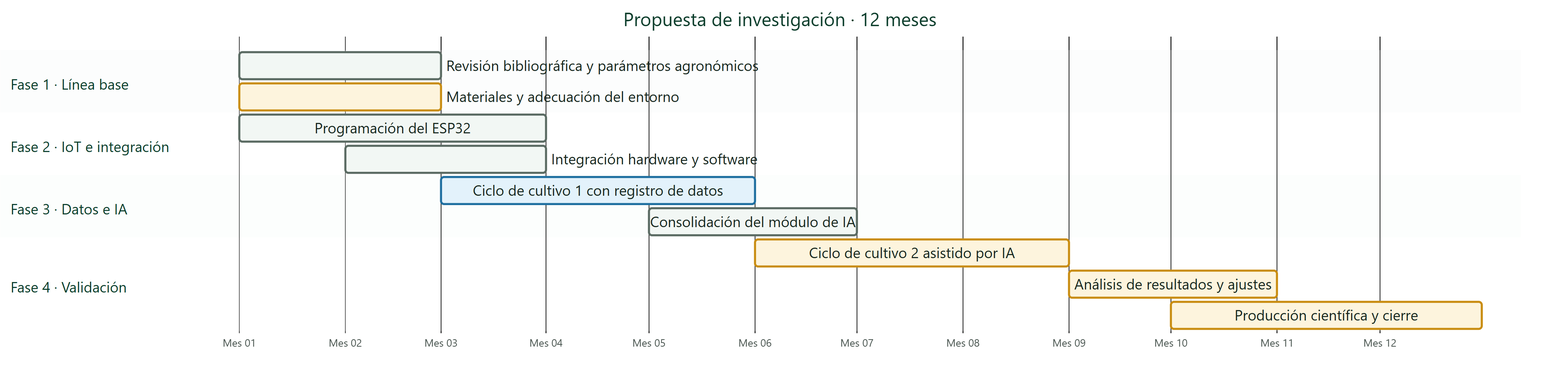
Before: docs/diagrams/SmartPot_45_Research_Schedule.png, a diagram exported from Mermaid (SmartPotTech/.github). Its source is kept beside it as docs/diagrams/SmartPot_45_Research_Schedule.mmd. Source of this version:
```mermaid
%%{init: {"theme": "base", "fontFamily": "Segoe UI, Arial, sans-serif", "themeVariables": {"fontFamily": "Segoe UI, Arial, sans-serif", "fontSize": "15px", "primaryColor": "#DDF5EA", "primaryTextColor": "#17261F", "primaryBorderColor": "#067A52", "secondaryColor": "#E3F2FB", "secondaryTextColor": "#17261F", "secondaryBorderColor": "#1F6FA0", "tertiaryColor": "#F2F7F4", "tertiaryTextColor": "#17261F", "tertiaryBorderColor": "#D5E3DC", "lineColor": "#5B6B63", "textColor": "#17261F", "mainBkg": "#DDF5EA", "nodeBorder": "#067A52", "clusterBkg": "#F7FAF8", "clusterBorder": "#D5E3DC", "edgeLabelBackground": "#FFFFFF", "actorBkg": "#067A52", "actorBorder": "#0B3D2B", "actorTextColor": "#FFFFFF", "actorLineColor": "#5B6B63", "signalColor": "#17261F", "signalTextColor": "#17261F", "labelBoxBkgColor": "#0B3D2B", "labelBoxBorderColor": "#0B3D2B", "labelTextColor": "#FFFFFF", "loopTextColor": "#0B3D2B", "noteBkgColor": "#FDF4DD", "noteBorderColor": "#C98D12", "noteTextColor": "#17261F", "activationBkgColor": "#DDF5EA", "activationBorderColor": "#067A52", "attributeBackgroundColorOdd": "#FFFFFF", "attributeBackgroundColorEven": "#F2F7F4", "taskBkgColor": "#DDF5EA", "taskBorderColor": "#067A52", "taskTextColor": "#17261F", "taskTextDarkColor": "#17261F", "taskTextLightColor": "#17261F", "taskTextOutsideColor": "#17261F", "activeTaskBkgColor": "#E3F2FB", "activeTaskBorderColor": "#1F6FA0", "critBkgColor": "#FDF4DD", "critBorderColor": "#C98D12", "doneTaskBkgColor": "#F2F7F4", "doneTaskBorderColor": "#5B6B63", "sectionBkgColor": "#F2F7F4", "altSectionBkgColor": "#FFFFFF", "sectionBkgColor2": "#EEFAF4", "gridColor": "#D5E3DC", "todayLineColor": "#D64545", "titleColor": "#0B3D2B"}, "gantt": {"barHeight": 26, "fontSize": 14, "sectionFontSize": 14, "leftPadding": 230, "useWidth": 1500}}}%%
gantt
  title Propuesta de investigación · 12 meses
  dateFormat YYYY-MM-DD
  axisFormat Mes %m
  tickInterval 1month
  section Fase 1 · Línea base
  Revisión bibliográfica y parámetros agronómicos :done, r1, 2027-01-01, 2027-03-01
  Materiales y adecuación del entorno :crit, r2, 2027-01-01, 2027-03-01
  section Fase 2 · IoT e integración
  Programación del ESP32 :done, r3, 2027-01-01, 2027-04-01
  Integración hardware y software :done, r4, 2027-02-01, 2027-04-01
  section Fase 3 · Datos e IA
  Ciclo de cultivo 1 con registro de datos :active, r5, 2027-03-01, 2027-06-01
  Consolidación del módulo de IA :done, r6, 2027-05-01, 2027-07-01
  section Fase 4 · Validación
  Ciclo de cultivo 2 asistido por IA :crit, r7, 2027-06-01, 2027-09-01
  Análisis de resultados y ajustes :crit, r8, 2027-09-01, 2027-11-01
  Producción científica y cierre :crit, r9, 2027-10-01, 2027-12-31
```
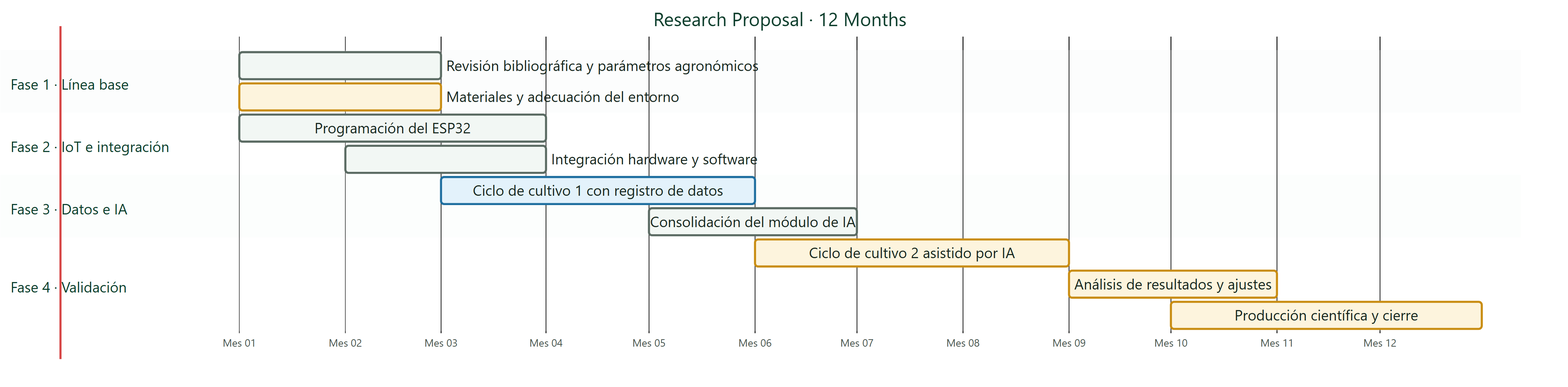
Later version of the same file.

Diff of the diagram source:
```diff
@@ -1,6 +1,6 @@
 %%{init: {"theme": "base", "fontFamily": "Segoe UI, Arial, sans-serif", "themeVariables": {"fontFamily": "Segoe UI, Arial, sans-serif", "fontSize": "15px", "primaryColor": "#DDF5EA", "primaryTextColor": "#17261F", "primaryBorderColor": "#067A52", "secondaryColor": "#E3F2FB", "secondaryTextColor": "#17261F", "secondaryBorderColor": "#1F6FA0", "tertiaryColor": "#F2F7F4", "tertiaryTextColor": "#17261F", "tertiaryBorderColor": "#D5E3DC", "lineColor": "#5B6B63", "textColor": "#17261F", "mainBkg": "#DDF5EA", "nodeBorder": "#067A52", "clusterBkg": "#F7FAF8", "clusterBorder": "#D5E3DC", "edgeLabelBackground": "#FFFFFF", "actorBkg": "#067A52", "actorBorder": "#0B3D2B", "actorTextColor": "#FFFFFF", "actorLineColor": "#5B6B63", "signalColor": "#17261F", "signalTextColor": "#17261F", "labelBoxBkgColor": "#0B3D2B", "labelBoxBorderColor": "#0B3D2B", "labelTextColor": "#FFFFFF", "loopTextColor": "#0B3D2B", "noteBkgColor": "#FDF4DD", "noteBorderColor": "#C98D12", "noteTextColor": "#17261F", "activationBkgColor": "#DDF5EA", "activationBorderColor": "#067A52", "attributeBackgroundColorOdd": "#FFFFFF", "attributeBackgroundColorEven": "#F2F7F4", "taskBkgColor": "#DDF5EA", "taskBorderColor": "#067A52", "taskTextColor": "#17261F", "taskTextDarkColor": "#17261F", "taskTextLightColor": "#17261F", "taskTextOutsideColor": "#17261F", "activeTaskBkgColor": "#E3F2FB", "activeTaskBorderColor": "#1F6FA0", "critBkgColor": "#FDF4DD", "critBorderColor": "#C98D12", "doneTaskBkgColor": "#F2F7F4", "doneTaskBorderColor": "#5B6B63", "sectionBkgColor": "#F2F7F4", "altSectionBkgColor": "#FFFFFF", "sectionBkgColor2": "#EEFAF4", "gridColor": "#D5E3DC", "todayLineColor": "#D64545", "titleColor": "#0B3D2B"}, "gantt": {"barHeight": 26, "fontSize": 14, "sectionFontSize": 14, "leftPadding": 230, "useWidth": 1500}}}%%
 gantt
-  title Propuesta de investigación · 12 meses
+  title Research Proposal · 12 Months
   dateFormat YYYY-MM-DD
   axisFormat Mes %m
   tickInterval 1month
```
